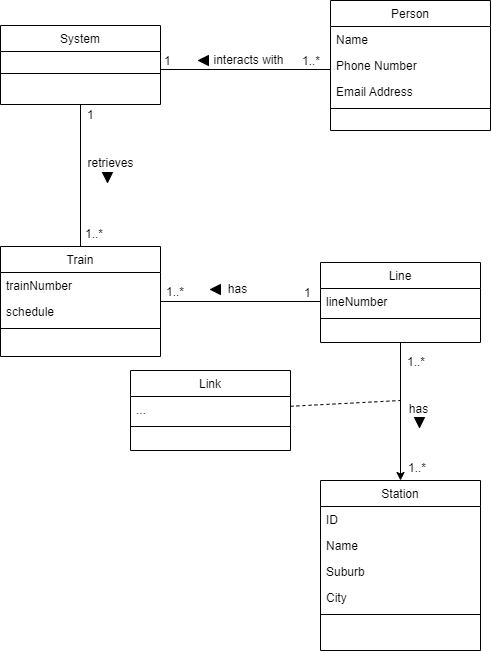
terrenceshang/CS-Capestone-Project keeps this draw.io diagram as Stage 2/analysisClassDiagram.png. Above is the earlier version. Source tidied: cells renumbered, new cells last; positions are measured from the earlier drawing's top-left corner, leaving out a move shared by most shapes. The source it was exported from:
```xml
<mxGraphModel>
  <root>
    <mxCell id="0" />
    <mxCell id="1" parent="0" />
    <mxCell id="2" style="edgeStyle=orthogonalEdgeStyle;rounded=0;orthogonalLoop=1;jettySize=auto;html=1;entryX=1;entryY=0.5;entryDx=0;entryDy=0;endArrow=none;endFill=0;" parent="1" edge="1">
      <mxGeometry relative="1" as="geometry">
        <mxPoint x="330" y="69" as="sourcePoint" />
        <mxPoint x="160" y="69" as="targetPoint" />
      </mxGeometry>
    </mxCell>
    <mxCell id="3" value="Person" style="swimlane;fontStyle=0;align=center;verticalAlign=top;horizontal=1;startSize=26;rounded=0;shadow=0;strokeWidth=1;" parent="1" vertex="1">
      <mxGeometry x="330" width="160" height="130" as="geometry" />
    </mxCell>
    <mxCell id="4" value="Name" style="text;align=left;verticalAlign=top;spacingLeft=4;spacingRight=4;overflow=hidden;" parent="3" vertex="1">
      <mxGeometry y="26" width="160" height="26" as="geometry" />
    </mxCell>
    <mxCell id="5" value="Phone Number" style="text;align=left;verticalAlign=top;spacingLeft=4;spacingRight=4;overflow=hidden;rounded=0;shadow=0;html=0;" parent="3" vertex="1">
      <mxGeometry y="52" width="160" height="26" as="geometry" />
    </mxCell>
    <mxCell id="6" value="Email Address" style="text;align=left;verticalAlign=top;spacingLeft=4;spacingRight=4;overflow=hidden;rounded=0;shadow=0;html=0;" parent="3" vertex="1">
      <mxGeometry y="78" width="160" height="26" as="geometry" />
    </mxCell>
    <mxCell id="7" style="line;html=1;strokeWidth=1;align=left;verticalAlign=middle;spacingTop=-1;spacingLeft=3;spacingRight=3;labelPosition=right;" parent="3" vertex="1">
      <mxGeometry y="104" width="160" height="8" as="geometry" />
    </mxCell>
    <mxCell id="8" value="Station" style="swimlane;fontStyle=0;align=center;verticalAlign=top;horizontal=1;startSize=26;rounded=0;shadow=0;strokeWidth=1;" parent="1" vertex="1">
      <mxGeometry x="320" y="480" width="160" height="170" as="geometry" />
    </mxCell>
    <mxCell id="9" value="ID" style="text;align=left;verticalAlign=top;spacingLeft=4;spacingRight=4;overflow=hidden;" parent="8" vertex="1">
      <mxGeometry y="26" width="160" height="26" as="geometry" />
    </mxCell>
    <mxCell id="10" value="Name" style="text;align=left;verticalAlign=top;spacingLeft=4;spacingRight=4;overflow=hidden;rounded=0;shadow=0;html=0;" parent="8" vertex="1">
      <mxGeometry y="52" width="160" height="26" as="geometry" />
    </mxCell>
    <mxCell id="11" value="Suburb" style="text;align=left;verticalAlign=top;spacingLeft=4;spacingRight=4;overflow=hidden;rounded=0;shadow=0;html=0;" parent="8" vertex="1">
      <mxGeometry y="78" width="160" height="26" as="geometry" />
    </mxCell>
    <mxCell id="12" value="City" style="text;align=left;verticalAlign=top;spacingLeft=4;spacingRight=4;overflow=hidden;rounded=0;shadow=0;html=0;" parent="8" vertex="1">
      <mxGeometry y="104" width="160" height="26" as="geometry" />
    </mxCell>
    <mxCell id="13" style="line;html=1;strokeWidth=1;align=left;verticalAlign=middle;spacingTop=-1;spacingLeft=3;spacingRight=3;labelPosition=right;" parent="8" vertex="1">
      <mxGeometry y="130" width="160" height="8" as="geometry" />
    </mxCell>
    <mxCell id="14" style="edgeStyle=orthogonalEdgeStyle;rounded=0;jettySize=auto;html=1;entryX=0;entryY=0.5;entryDx=0;entryDy=0;endArrow=none;endFill=0;" parent="1" edge="1" source="15" target="21">
      <mxGeometry relative="1" as="geometry" />
    </mxCell>
    <mxCell id="15" value="Train" style="swimlane;fontStyle=0;align=center;verticalAlign=top;horizontal=1;startSize=26;rounded=0;shadow=0;strokeWidth=1;" parent="1" vertex="1">
      <mxGeometry y="246" width="160" height="110" as="geometry" />
    </mxCell>
    <mxCell id="16" value="trainNumber" style="text;align=left;verticalAlign=top;spacingLeft=4;spacingRight=4;overflow=hidden;" parent="15" vertex="1">
      <mxGeometry y="26" width="160" height="26" as="geometry" />
    </mxCell>
    <mxCell id="17" value="schedule" style="text;align=left;verticalAlign=top;spacingLeft=4;spacingRight=4;overflow=hidden;rounded=0;shadow=0;html=0;" parent="15" vertex="1">
      <mxGeometry y="52" width="160" height="26" as="geometry" />
    </mxCell>
    <mxCell id="18" style="line;html=1;strokeWidth=1;align=left;verticalAlign=middle;spacingTop=-1;spacingLeft=3;spacingRight=3;labelPosition=right;" parent="15" vertex="1">
      <mxGeometry y="78" width="160" height="8" as="geometry" />
    </mxCell>
    <mxCell id="19" style="edgeStyle=orthogonalEdgeStyle;rounded=0;jettySize=auto;html=1;entryX=0.5;entryY=0;entryDx=0;entryDy=0;" parent="1" edge="1" source="20" target="8">
      <mxGeometry relative="1" as="geometry" />
    </mxCell>
    <mxCell id="20" value="Line" style="swimlane;fontStyle=0;align=center;verticalAlign=top;horizontal=1;startSize=26;rounded=0;shadow=0;strokeWidth=1;" parent="1" vertex="1">
      <mxGeometry x="320" y="262" width="160" height="80" as="geometry" />
    </mxCell>
    <mxCell id="21" value="lineNumber" style="text;align=left;verticalAlign=top;spacingLeft=4;spacingRight=4;overflow=hidden;points=[[0,0.5],[1,0.5]];portConstraint=eastwest;" parent="20" vertex="1">
      <mxGeometry y="26" width="160" height="26" as="geometry" />
    </mxCell>
    <mxCell id="22" style="line;html=1;strokeWidth=1;align=left;verticalAlign=middle;spacingTop=-1;spacingLeft=3;spacingRight=3;labelPosition=right;" parent="20" vertex="1">
      <mxGeometry y="52" width="160" height="8" as="geometry" />
    </mxCell>
    <mxCell id="23" value="has" style="text;html=1;align=center;verticalAlign=middle;labelBackgroundColor=none;rounded=0;shadow=0;strokeWidth=1;fontSize=12;" parent="1" vertex="1">
      <mxGeometry x="224" y="290" as="geometry">
        <mxPoint x="12" y="-1" as="offset" />
      </mxGeometry>
    </mxCell>
    <mxCell id="24" style="triangle;whiteSpace=wrap;html=1;fillColor=#000000;rotation=-180;" parent="1" vertex="1">
      <mxGeometry x="210" y="284" width="10" height="10" as="geometry" />
    </mxCell>
    <mxCell id="25" value="1..*" style="align=left;verticalAlign=bottom;labelBackgroundColor=none;fontSize=12;" parent="1" vertex="1">
      <mxGeometry x="164" y="300" as="geometry" />
    </mxCell>
    <mxCell id="26" value="1" style="align=left;verticalAlign=bottom;labelBackgroundColor=none;fontSize=12;" parent="1" vertex="1">
      <mxGeometry x="171" y="312" as="geometry">
        <mxPoint x="131" y="-11" as="offset" />
      </mxGeometry>
    </mxCell>
    <mxCell id="27" value="1..*" style="align=left;verticalAlign=bottom;labelBackgroundColor=none;fontSize=12;" parent="1" vertex="1">
      <mxGeometry x="175" y="292" as="geometry">
        <mxPoint x="230" y="78" as="offset" />
      </mxGeometry>
    </mxCell>
    <mxCell id="28" value="has" style="text;html=1;align=center;verticalAlign=middle;labelBackgroundColor=none;rounded=0;shadow=0;strokeWidth=1;fontSize=12;" parent="1" vertex="1">
      <mxGeometry x="405" y="410" as="geometry">
        <mxPoint x="12" y="-1" as="offset" />
      </mxGeometry>
    </mxCell>
    <mxCell id="29" style="triangle;whiteSpace=wrap;html=1;fillColor=#000000;rotation=90;" parent="1" vertex="1">
      <mxGeometry x="414" y="417" width="10" height="10" as="geometry" />
    </mxCell>
    <mxCell id="30" value="1..*" style="align=left;verticalAlign=bottom;labelBackgroundColor=none;fontSize=12;" parent="1" vertex="1">
      <mxGeometry x="275" y="487" as="geometry">
        <mxPoint x="131" y="-11" as="offset" />
      </mxGeometry>
    </mxCell>
    <mxCell id="31" style="edgeStyle=orthogonalEdgeStyle;rounded=0;jettySize=auto;html=1;entryX=0.5;entryY=0;entryDx=0;entryDy=0;endArrow=none;endFill=0;" parent="1" edge="1" source="32" target="15">
      <mxGeometry relative="1" as="geometry" />
    </mxCell>
    <mxCell id="32" value="System" style="swimlane;fontStyle=0;align=center;verticalAlign=top;horizontal=1;startSize=26;rounded=0;shadow=0;strokeWidth=1;" parent="1" vertex="1">
      <mxGeometry y="25" width="160" height="79" as="geometry" />
    </mxCell>
    <mxCell id="33" style="line;html=1;strokeWidth=1;align=left;verticalAlign=middle;spacingTop=-1;spacingLeft=3;spacingRight=3;labelPosition=right;" parent="32" vertex="1">
      <mxGeometry y="26" width="160" height="44" as="geometry" />
    </mxCell>
    <mxCell id="34" value="1..*" style="align=left;verticalAlign=bottom;labelBackgroundColor=none;fontSize=12;" parent="1" vertex="1">
      <mxGeometry x="300" y="69" as="geometry" />
    </mxCell>
    <mxCell id="35" value="1" style="align=left;verticalAlign=bottom;labelBackgroundColor=none;fontSize=12;" parent="1" vertex="1">
      <mxGeometry x="162" y="69" as="geometry" />
    </mxCell>
    <mxCell id="36" value="interacts with" style="text;html=1;align=center;verticalAlign=middle;labelBackgroundColor=none;rounded=0;shadow=0;strokeWidth=1;fontSize=12;" parent="1" vertex="1">
      <mxGeometry x="235" y="61" as="geometry">
        <mxPoint x="12" y="-1" as="offset" />
      </mxGeometry>
    </mxCell>
    <mxCell id="37" style="triangle;whiteSpace=wrap;html=1;fillColor=#000000;rotation=-180;" parent="1" vertex="1">
      <mxGeometry x="198" y="55" width="10" height="10" as="geometry" />
    </mxCell>
    <mxCell id="38" value="retrieves" style="text;html=1;align=center;verticalAlign=middle;labelBackgroundColor=none;rounded=0;shadow=0;strokeWidth=1;fontSize=12;" parent="1" vertex="1">
      <mxGeometry x="97" y="164" as="geometry">
        <mxPoint x="12" y="-1" as="offset" />
      </mxGeometry>
    </mxCell>
    <mxCell id="39" style="triangle;whiteSpace=wrap;html=1;fillColor=#000000;rotation=90;" parent="1" vertex="1">
      <mxGeometry x="102" y="172" width="10" height="10" as="geometry" />
    </mxCell>
    <mxCell id="40" value="1" style="align=left;verticalAlign=bottom;labelBackgroundColor=none;fontSize=12;" parent="1" vertex="1">
      <mxGeometry x="173" y="82" as="geometry">
        <mxPoint x="-88" y="41" as="offset" />
      </mxGeometry>
    </mxCell>
    <mxCell id="41" value="1..*" style="align=left;verticalAlign=bottom;labelBackgroundColor=none;fontSize=12;" parent="1" vertex="1">
      <mxGeometry x="83" y="242" as="geometry" />
    </mxCell>
    <mxCell id="42" style="rounded=0;jettySize=auto;html=1;dashed=1;endArrow=none;endFill=0;" parent="1" edge="1" source="43">
      <mxGeometry relative="1" as="geometry">
        <mxPoint x="400" y="400" as="targetPoint" />
      </mxGeometry>
    </mxCell>
    <mxCell id="43" value="Link" style="swimlane;fontStyle=0;align=center;verticalAlign=top;horizontal=1;startSize=26;rounded=0;shadow=0;strokeWidth=1;" parent="1" vertex="1">
      <mxGeometry x="130" y="370" width="160" height="80" as="geometry" />
    </mxCell>
    <mxCell id="44" value="..." style="text;align=left;verticalAlign=top;spacingLeft=4;spacingRight=4;overflow=hidden;points=[[0,0.5],[1,0.5]];portConstraint=eastwest;rounded=0;shadow=0;html=0;" parent="43" vertex="1">
      <mxGeometry y="26" width="160" height="26" as="geometry" />
    </mxCell>
    <mxCell id="45" style="line;html=1;strokeWidth=1;align=left;verticalAlign=middle;spacingTop=-1;spacingLeft=3;spacingRight=3;labelPosition=right;" parent="43" vertex="1">
      <mxGeometry y="52" width="160" height="8" as="geometry" />
    </mxCell>
  </root>
</mxGraphModel>
```
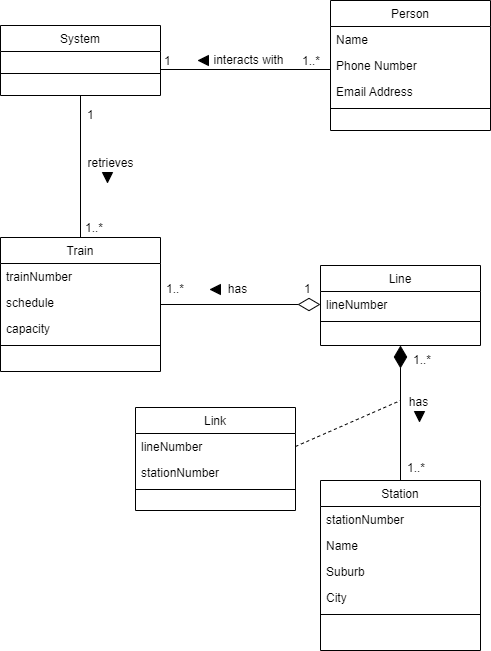
After the change.

Commit message:
use cases and class diagram

What changed in the source:
```diff
@@ -26,7 +26,7 @@
     <mxCell id="8" value="Station" style="swimlane;fontStyle=0;align=center;verticalAlign=top;horizontal=1;startSize=26;rounded=0;shadow=0;strokeWidth=1;" parent="1" vertex="1">
       <mxGeometry x="320" y="480" width="160" height="170" as="geometry" />
     </mxCell>
-    <mxCell id="9" value="ID" style="text;align=left;verticalAlign=top;spacingLeft=4;spacingRight=4;overflow=hidden;" parent="8" vertex="1">
+    <mxCell id="9" value="stationNumber" style="text;align=left;verticalAlign=top;spacingLeft=4;spacingRight=4;overflow=hidden;" parent="8" vertex="1">
       <mxGeometry y="26" width="160" height="26" as="geometry" />
     </mxCell>
     <mxCell id="10" value="Name" style="text;align=left;verticalAlign=top;spacingLeft=4;spacingRight=4;overflow=hidden;rounded=0;shadow=0;html=0;" parent="8" vertex="1">
@@ -41,11 +41,11 @@
     <mxCell id="13" style="line;html=1;strokeWidth=1;align=left;verticalAlign=middle;spacingTop=-1;spacingLeft=3;spacingRight=3;labelPosition=right;" parent="8" vertex="1">
       <mxGeometry y="130" width="160" height="8" as="geometry" />
     </mxCell>
-    <mxCell id="14" style="edgeStyle=orthogonalEdgeStyle;rounded=0;jettySize=auto;html=1;entryX=0;entryY=0.5;entryDx=0;entryDy=0;endArrow=none;endFill=0;" parent="1" edge="1" source="15" target="21">
+    <mxCell id="14" style="edgeStyle=orthogonalEdgeStyle;rounded=0;jettySize=auto;html=1;entryX=0;entryY=0.5;entryDx=0;entryDy=0;endArrow=diamondThin;endFill=0;endSize=20;" parent="1" edge="1" source="15" target="21">
       <mxGeometry relative="1" as="geometry" />
     </mxCell>
     <mxCell id="15" value="Train" style="swimlane;fontStyle=0;align=center;verticalAlign=top;horizontal=1;startSize=26;rounded=0;shadow=0;strokeWidth=1;" parent="1" vertex="1">
-      <mxGeometry y="246" width="160" height="110" as="geometry" />
+      <mxGeometry y="237" width="160" height="134" as="geometry" />
     </mxCell>
     <mxCell id="16" value="trainNumber" style="text;align=left;verticalAlign=top;spacingLeft=4;spacingRight=4;overflow=hidden;" parent="15" vertex="1">
       <mxGeometry y="26" width="160" height="26" as="geometry" />
@@ -53,14 +53,17 @@
     <mxCell id="17" value="schedule" style="text;align=left;verticalAlign=top;spacingLeft=4;spacingRight=4;overflow=hidden;rounded=0;shadow=0;html=0;" parent="15" vertex="1">
       <mxGeometry y="52" width="160" height="26" as="geometry" />
     </mxCell>
+    <mxCell id="46" value="capacity" style="text;align=left;verticalAlign=top;spacingLeft=4;spacingRight=4;overflow=hidden;rounded=0;shadow=0;html=0;" parent="15" vertex="1">
+      <mxGeometry y="78" width="160" height="26" as="geometry" />
+    </mxCell>
     <mxCell id="18" style="line;html=1;strokeWidth=1;align=left;verticalAlign=middle;spacingTop=-1;spacingLeft=3;spacingRight=3;labelPosition=right;" parent="15" vertex="1">
-      <mxGeometry y="78" width="160" height="8" as="geometry" />
+      <mxGeometry y="104" width="160" height="8" as="geometry" />
     </mxCell>
-    <mxCell id="19" style="edgeStyle=orthogonalEdgeStyle;rounded=0;jettySize=auto;html=1;entryX=0.5;entryY=0;entryDx=0;entryDy=0;" parent="1" edge="1" source="20" target="8">
+    <mxCell id="19" style="edgeStyle=orthogonalEdgeStyle;rounded=0;jettySize=auto;html=1;entryX=0.5;entryY=0;entryDx=0;entryDy=0;endArrow=none;endFill=0;startSize=20;startArrow=diamondThin;startFill=1;" parent="1" edge="1" source="20" target="8">
       <mxGeometry relative="1" as="geometry" />
     </mxCell>
     <mxCell id="20" value="Line" style="swimlane;fontStyle=0;align=center;verticalAlign=top;horizontal=1;startSize=26;rounded=0;shadow=0;strokeWidth=1;" parent="1" vertex="1">
-      <mxGeometry x="320" y="262" width="160" height="80" as="geometry" />
+      <mxGeometry x="320" y="265" width="160" height="80" as="geometry" />
     </mxCell>
     <mxCell id="21" value="lineNumber" style="text;align=left;verticalAlign=top;spacingLeft=4;spacingRight=4;overflow=hidden;points=[[0,0.5],[1,0.5]];portConstraint=eastwest;" parent="20" vertex="1">
       <mxGeometry y="26" width="160" height="26" as="geometry" />
@@ -77,28 +80,28 @@
       <mxGeometry x="210" y="284" width="10" height="10" as="geometry" />
     </mxCell>
     <mxCell id="25" value="1..*" style="align=left;verticalAlign=bottom;labelBackgroundColor=none;fontSize=12;" parent="1" vertex="1">
-      <mxGeometry x="164" y="300" as="geometry" />
+      <mxGeometry x="164" y="297" as="geometry" />
     </mxCell>
     <mxCell id="26" value="1" style="align=left;verticalAlign=bottom;labelBackgroundColor=none;fontSize=12;" parent="1" vertex="1">
-      <mxGeometry x="171" y="312" as="geometry">
+      <mxGeometry x="171" y="308" as="geometry">
         <mxPoint x="131" y="-11" as="offset" />
       </mxGeometry>
     </mxCell>
     <mxCell id="27" value="1..*" style="align=left;verticalAlign=bottom;labelBackgroundColor=none;fontSize=12;" parent="1" vertex="1">
-      <mxGeometry x="175" y="292" as="geometry">
+      <mxGeometry x="181" y="290" as="geometry">
         <mxPoint x="230" y="78" as="offset" />
       </mxGeometry>
     </mxCell>
     <mxCell id="28" value="has" style="text;html=1;align=center;verticalAlign=middle;labelBackgroundColor=none;rounded=0;shadow=0;strokeWidth=1;fontSize=12;" parent="1" vertex="1">
-      <mxGeometry x="405" y="410" as="geometry">
+      <mxGeometry x="405" y="403" as="geometry">
         <mxPoint x="12" y="-1" as="offset" />
       </mxGeometry>
     </mxCell>
     <mxCell id="29" style="triangle;whiteSpace=wrap;html=1;fillColor=#000000;rotation=90;" parent="1" vertex="1">
-      <mxGeometry x="414" y="417" width="10" height="10" as="geometry" />
+      <mxGeometry x="414" y="411" width="10" height="10" as="geometry" />
     </mxCell>
     <mxCell id="30" value="1..*" style="align=left;verticalAlign=bottom;labelBackgroundColor=none;fontSize=12;" parent="1" vertex="1">
-      <mxGeometry x="275" y="487" as="geometry">
+      <mxGeometry x="274" y="487" as="geometry">
         <mxPoint x="131" y="-11" as="offset" />
       </mxGeometry>
     </mxCell>
@@ -106,7 +109,7 @@
       <mxGeometry relative="1" as="geometry" />
     </mxCell>
     <mxCell id="32" value="System" style="swimlane;fontStyle=0;align=center;verticalAlign=top;horizontal=1;startSize=26;rounded=0;shadow=0;strokeWidth=1;" parent="1" vertex="1">
-      <mxGeometry y="25" width="160" height="79" as="geometry" />
+      <mxGeometry y="25" width="160" height="70" as="geometry" />
     </mxCell>
     <mxCell id="33" style="line;html=1;strokeWidth=1;align=left;verticalAlign=middle;spacingTop=-1;spacingLeft=3;spacingRight=3;labelPosition=right;" parent="32" vertex="1">
       <mxGeometry y="26" width="160" height="44" as="geometry" />
@@ -139,21 +142,24 @@
       </mxGeometry>
     </mxCell>
     <mxCell id="41" value="1..*" style="align=left;verticalAlign=bottom;labelBackgroundColor=none;fontSize=12;" parent="1" vertex="1">
-      <mxGeometry x="83" y="242" as="geometry" />
+      <mxGeometry x="83" y="236" as="geometry" />
     </mxCell>
-    <mxCell id="42" style="rounded=0;jettySize=auto;html=1;dashed=1;endArrow=none;endFill=0;" parent="1" edge="1" source="43">
+    <mxCell id="42" style="rounded=0;jettySize=auto;html=1;dashed=1;endArrow=none;endFill=0;exitX=1;exitY=0.5;exitDx=0;exitDy=0;" parent="1" edge="1" source="44">
       <mxGeometry relative="1" as="geometry">
         <mxPoint x="400" y="400" as="targetPoint" />
       </mxGeometry>
     </mxCell>
     <mxCell id="43" value="Link" style="swimlane;fontStyle=0;align=center;verticalAlign=top;horizontal=1;startSize=26;rounded=0;shadow=0;strokeWidth=1;" parent="1" vertex="1">
-      <mxGeometry x="130" y="370" width="160" height="80" as="geometry" />
+      <mxGeometry x="135" y="407" width="160" height="103" as="geometry" />
     </mxCell>
-    <mxCell id="44" value="..." style="text;align=left;verticalAlign=top;spacingLeft=4;spacingRight=4;overflow=hidden;points=[[0,0.5],[1,0.5]];portConstraint=eastwest;rounded=0;shadow=0;html=0;" parent="43" vertex="1">
+    <mxCell id="44" value="lineNumber" style="text;align=left;verticalAlign=top;spacingLeft=4;spacingRight=4;overflow=hidden;points=[[0,0.5],[1,0.5]];portConstraint=eastwest;rounded=0;shadow=0;html=0;" parent="43" vertex="1">
       <mxGeometry y="26" width="160" height="26" as="geometry" />
     </mxCell>
+    <mxCell id="47" value="stationNumber" style="text;align=left;verticalAlign=top;spacingLeft=4;spacingRight=4;overflow=hidden;rounded=0;shadow=0;html=0;" parent="43" vertex="1">
+      <mxGeometry y="52" width="160" height="26" as="geometry" />
+    </mxCell>
     <mxCell id="45" style="line;html=1;strokeWidth=1;align=left;verticalAlign=middle;spacingTop=-1;spacingLeft=3;spacingRight=3;labelPosition=right;" parent="43" vertex="1">
-      <mxGeometry y="52" width="160" height="8" as="geometry" />
+      <mxGeometry y="78" width="160" height="8" as="geometry" />
     </mxCell>
   </root>
 </mxGraphModel>
```
